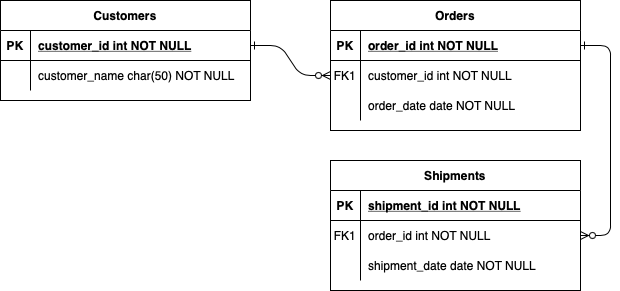
The draw.io diagram To-Do App Register ERD.png in imaneya/clush-todo-backend, before a commit. Source tidied: cells renumbered, new cells last; positions are measured from the earlier drawing's top-left corner, leaving out a move shared by most shapes. Its diagram source:
```xml
<mxGraphModel>
  <root>
    <mxCell id="0" />
    <mxCell id="1" parent="0" />
    <mxCell id="2" style="edgeStyle=entityRelationEdgeStyle;endArrow=ERzeroToMany;startArrow=ERone;endFill=1;startFill=0;" parent="1" edge="1" source="25" target="8">
      <mxGeometry relative="1" as="geometry" />
    </mxCell>
    <mxCell id="3" style="edgeStyle=entityRelationEdgeStyle;endArrow=ERzeroToMany;startArrow=ERone;endFill=1;startFill=0;" parent="1" edge="1" source="5" target="18">
      <mxGeometry relative="1" as="geometry" />
    </mxCell>
    <mxCell id="4" value="Orders" style="shape=table;startSize=30;rowLines=0;fontStyle=1;align=center;" parent="1" vertex="1">
      <mxGeometry x="330" width="250" height="130" as="geometry" />
    </mxCell>
    <mxCell id="5" style="shape=partialRectangle;fillColor=none;points=[[0,0.5],[1,0.5]];portConstraint=eastwest;top=0;left=0;right=0;bottom=1;" parent="4" vertex="1">
      <mxGeometry y="30" width="250" height="30" as="geometry" />
    </mxCell>
    <mxCell id="6" value="PK" style="shape=partialRectangle;overflow=hidden;fillColor=none;top=0;left=0;bottom=0;right=0;fontStyle=1;" parent="5" vertex="1">
      <mxGeometry width="30" height="30" as="geometry" />
    </mxCell>
    <mxCell id="7" value="order_id int NOT NULL " style="shape=partialRectangle;overflow=hidden;fillColor=none;top=0;left=0;bottom=0;right=0;align=left;spacingLeft=6;fontStyle=5;" parent="5" vertex="1">
      <mxGeometry x="30" width="220" height="30" as="geometry" />
    </mxCell>
    <mxCell id="8" style="shape=partialRectangle;fillColor=none;points=[[0,0.5],[1,0.5]];portConstraint=eastwest;top=0;left=0;right=0;bottom=0;" parent="4" vertex="1">
      <mxGeometry y="60" width="250" height="30" as="geometry" />
    </mxCell>
    <mxCell id="9" value="FK1" style="shape=partialRectangle;overflow=hidden;fillColor=none;top=0;left=0;bottom=0;right=0;" parent="8" vertex="1">
      <mxGeometry width="30" height="30" as="geometry" />
    </mxCell>
    <mxCell id="10" value="customer_id int NOT NULL" style="shape=partialRectangle;overflow=hidden;fillColor=none;top=0;left=0;bottom=0;right=0;align=left;spacingLeft=6;" parent="8" vertex="1">
      <mxGeometry x="30" width="220" height="30" as="geometry" />
    </mxCell>
    <mxCell id="11" style="shape=partialRectangle;fillColor=none;top=0;left=0;right=0;bottom=0;" parent="4" vertex="1">
      <mxGeometry y="90" width="250" height="30" as="geometry" />
    </mxCell>
    <mxCell id="12" style="shape=partialRectangle;overflow=hidden;fillColor=none;top=0;left=0;bottom=0;right=0;" parent="11" vertex="1">
      <mxGeometry width="30" height="30" as="geometry" />
    </mxCell>
    <mxCell id="13" value="order_date date NOT NULL" style="shape=partialRectangle;overflow=hidden;fillColor=none;top=0;left=0;bottom=0;right=0;align=left;spacingLeft=6;" parent="11" vertex="1">
      <mxGeometry x="30" width="220" height="30" as="geometry" />
    </mxCell>
    <mxCell id="14" value="Shipments" style="shape=table;startSize=30;rowLines=0;fontStyle=1;align=center;" parent="1" vertex="1">
      <mxGeometry x="330" y="160" width="250" height="130" as="geometry" />
    </mxCell>
    <mxCell id="15" style="shape=partialRectangle;fillColor=none;top=0;left=0;right=0;bottom=1;" parent="14" vertex="1">
      <mxGeometry y="30" width="250" height="30" as="geometry" />
    </mxCell>
    <mxCell id="16" value="PK" style="shape=partialRectangle;overflow=hidden;fillColor=none;top=0;left=0;bottom=0;right=0;fontStyle=1;" parent="15" vertex="1">
      <mxGeometry width="30" height="30" as="geometry" />
    </mxCell>
    <mxCell id="17" value="shipment_id int NOT NULL " style="shape=partialRectangle;overflow=hidden;fillColor=none;top=0;left=0;bottom=0;right=0;align=left;spacingLeft=6;fontStyle=5;" parent="15" vertex="1">
      <mxGeometry x="30" width="220" height="30" as="geometry" />
    </mxCell>
    <mxCell id="18" style="shape=partialRectangle;fillColor=none;points=[[0,0.5],[1,0.5]];portConstraint=eastwest;top=0;left=0;right=0;bottom=0;" parent="14" vertex="1">
      <mxGeometry y="60" width="250" height="30" as="geometry" />
    </mxCell>
    <mxCell id="19" value="FK1" style="shape=partialRectangle;overflow=hidden;fillColor=none;top=0;left=0;bottom=0;right=0;" parent="18" vertex="1">
      <mxGeometry width="30" height="30" as="geometry" />
    </mxCell>
    <mxCell id="20" value="order_id int NOT NULL" style="shape=partialRectangle;overflow=hidden;fillColor=none;top=0;left=0;bottom=0;right=0;align=left;spacingLeft=6;" parent="18" vertex="1">
      <mxGeometry x="30" width="220" height="30" as="geometry" />
    </mxCell>
    <mxCell id="21" style="shape=partialRectangle;fillColor=none;top=0;left=0;right=0;bottom=0;" parent="14" vertex="1">
      <mxGeometry y="90" width="250" height="30" as="geometry" />
    </mxCell>
    <mxCell id="22" style="shape=partialRectangle;overflow=hidden;fillColor=none;top=0;left=0;bottom=0;right=0;" parent="21" vertex="1">
      <mxGeometry width="30" height="30" as="geometry" />
    </mxCell>
    <mxCell id="23" value="shipment_date date NOT NULL" style="shape=partialRectangle;overflow=hidden;fillColor=none;top=0;left=0;bottom=0;right=0;align=left;spacingLeft=6;" parent="21" vertex="1">
      <mxGeometry x="30" width="220" height="30" as="geometry" />
    </mxCell>
    <mxCell id="24" value="Customers" style="shape=table;startSize=30;rowLines=0;fontStyle=1;align=center;" parent="1" vertex="1">
      <mxGeometry width="250" height="100" as="geometry" />
    </mxCell>
    <mxCell id="25" style="shape=partialRectangle;fillColor=none;points=[[0,0.5],[1,0.5]];portConstraint=eastwest;top=0;left=0;right=0;bottom=1;" parent="24" vertex="1">
      <mxGeometry y="30" width="250" height="30" as="geometry" />
    </mxCell>
    <mxCell id="26" value="PK" style="shape=partialRectangle;overflow=hidden;fillColor=none;top=0;left=0;bottom=0;right=0;fontStyle=1;" parent="25" vertex="1">
      <mxGeometry width="30" height="30" as="geometry" />
    </mxCell>
    <mxCell id="27" value="customer_id int NOT NULL " style="shape=partialRectangle;overflow=hidden;fillColor=none;top=0;left=0;bottom=0;right=0;align=left;spacingLeft=6;fontStyle=5;" parent="25" vertex="1">
      <mxGeometry x="30" width="220" height="30" as="geometry" />
    </mxCell>
    <mxCell id="28" style="shape=partialRectangle;fillColor=none;top=0;left=0;right=0;bottom=0;" parent="24" vertex="1">
      <mxGeometry y="60" width="250" height="30" as="geometry" />
    </mxCell>
    <mxCell id="29" style="shape=partialRectangle;overflow=hidden;fillColor=none;top=0;left=0;bottom=0;right=0;" parent="28" vertex="1">
      <mxGeometry width="30" height="30" as="geometry" />
    </mxCell>
    <mxCell id="30" value="customer_name char(50) NOT NULL" style="shape=partialRectangle;overflow=hidden;fillColor=none;top=0;left=0;bottom=0;right=0;align=left;spacingLeft=6;" parent="28" vertex="1">
      <mxGeometry x="30" width="220" height="30" as="geometry" />
    </mxCell>
  </root>
</mxGraphModel>
```
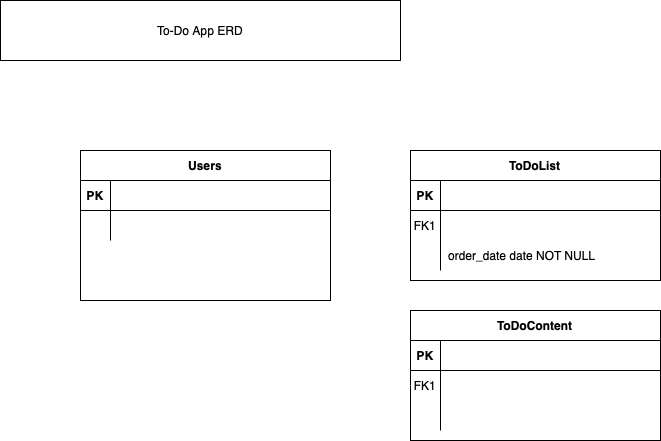
The same file after the commit.

Change to the diagram source:
```diff
@@ -2,22 +2,16 @@
   <root>
     <mxCell id="0" />
     <mxCell id="1" parent="0" />
-    <mxCell id="2" style="edgeStyle=entityRelationEdgeStyle;endArrow=ERzeroToMany;startArrow=ERone;endFill=1;startFill=0;" parent="1" edge="1" source="25" target="8">
-      <mxGeometry relative="1" as="geometry" />
-    </mxCell>
-    <mxCell id="3" style="edgeStyle=entityRelationEdgeStyle;endArrow=ERzeroToMany;startArrow=ERone;endFill=1;startFill=0;" parent="1" edge="1" source="5" target="18">
-      <mxGeometry relative="1" as="geometry" />
-    </mxCell>
-    <mxCell id="4" value="Orders" style="shape=table;startSize=30;rowLines=0;fontStyle=1;align=center;" parent="1" vertex="1">
+    <mxCell id="4" value="ToDoList" style="shape=table;startSize=30;rowLines=0;fontStyle=1;align=center;" parent="1" vertex="1">
       <mxGeometry x="330" width="250" height="130" as="geometry" />
     </mxCell>
-    <mxCell id="5" style="shape=partialRectangle;fillColor=none;points=[[0,0.5],[1,0.5]];portConstraint=eastwest;top=0;left=0;right=0;bottom=1;" parent="4" vertex="1">
+    <mxCell id="5" style="shape=partialRectangle;fillColor=none;points=[[0,0.5],[1,0.5]];portConstraint=eastwest;top=0;left=0;right=0;bottom=1;fontColor=#FFFFFF;" parent="4" vertex="1">
       <mxGeometry y="30" width="250" height="30" as="geometry" />
     </mxCell>
     <mxCell id="6" value="PK" style="shape=partialRectangle;overflow=hidden;fillColor=none;top=0;left=0;bottom=0;right=0;fontStyle=1;" parent="5" vertex="1">
       <mxGeometry width="30" height="30" as="geometry" />
     </mxCell>
-    <mxCell id="7" value="order_id int NOT NULL " style="shape=partialRectangle;overflow=hidden;fillColor=none;top=0;left=0;bottom=0;right=0;align=left;spacingLeft=6;fontStyle=5;" parent="5" vertex="1">
+    <mxCell id="7" value="idx int" style="shape=partialRectangle;overflow=hidden;fillColor=none;top=0;left=0;bottom=0;right=0;align=left;spacingLeft=6;fontStyle=5;fontColor=#FFFFFF;" parent="5" vertex="1">
       <mxGeometry x="30" width="220" height="30" as="geometry" />
     </mxCell>
     <mxCell id="8" style="shape=partialRectangle;fillColor=none;points=[[0,0.5],[1,0.5]];portConstraint=eastwest;top=0;left=0;right=0;bottom=0;" parent="4" vertex="1">
@@ -26,7 +20,7 @@
     <mxCell id="9" value="FK1" style="shape=partialRectangle;overflow=hidden;fillColor=none;top=0;left=0;bottom=0;right=0;" parent="8" vertex="1">
       <mxGeometry width="30" height="30" as="geometry" />
     </mxCell>
-    <mxCell id="10" value="customer_id int NOT NULL" style="shape=partialRectangle;overflow=hidden;fillColor=none;top=0;left=0;bottom=0;right=0;align=left;spacingLeft=6;" parent="8" vertex="1">
+    <mxCell id="10" value="Title varchar100 " style="shape=partialRectangle;overflow=hidden;fillColor=none;top=0;left=0;bottom=0;right=0;align=left;spacingLeft=6;fontColor=#FFFFFF;" parent="8" vertex="1">
       <mxGeometry x="30" width="220" height="30" as="geometry" />
     </mxCell>
     <mxCell id="11" style="shape=partialRectangle;fillColor=none;top=0;left=0;right=0;bottom=0;" parent="4" vertex="1">
@@ -38,7 +32,7 @@
     <mxCell id="13" value="order_date date NOT NULL" style="shape=partialRectangle;overflow=hidden;fillColor=none;top=0;left=0;bottom=0;right=0;align=left;spacingLeft=6;" parent="11" vertex="1">
       <mxGeometry x="30" width="220" height="30" as="geometry" />
     </mxCell>
-    <mxCell id="14" value="Shipments" style="shape=table;startSize=30;rowLines=0;fontStyle=1;align=center;" parent="1" vertex="1">
+    <mxCell id="14" value="ToDoContent" style="shape=table;startSize=30;rowLines=0;fontStyle=1;align=center;" parent="1" vertex="1">
       <mxGeometry x="330" y="160" width="250" height="130" as="geometry" />
     </mxCell>
     <mxCell id="15" style="shape=partialRectangle;fillColor=none;top=0;left=0;right=0;bottom=1;" parent="14" vertex="1">
@@ -47,7 +41,7 @@
     <mxCell id="16" value="PK" style="shape=partialRectangle;overflow=hidden;fillColor=none;top=0;left=0;bottom=0;right=0;fontStyle=1;" parent="15" vertex="1">
       <mxGeometry width="30" height="30" as="geometry" />
     </mxCell>
-    <mxCell id="17" value="shipment_id int NOT NULL " style="shape=partialRectangle;overflow=hidden;fillColor=none;top=0;left=0;bottom=0;right=0;align=left;spacingLeft=6;fontStyle=5;" parent="15" vertex="1">
+    <mxCell id="17" value="idx int" style="shape=partialRectangle;overflow=hidden;fillColor=none;top=0;left=0;bottom=0;right=0;align=left;spacingLeft=6;fontStyle=5;fontColor=#FFFFFF;" parent="15" vertex="1">
       <mxGeometry x="30" width="220" height="30" as="geometry" />
     </mxCell>
     <mxCell id="18" style="shape=partialRectangle;fillColor=none;points=[[0,0.5],[1,0.5]];portConstraint=eastwest;top=0;left=0;right=0;bottom=0;" parent="14" vertex="1">
@@ -56,7 +50,7 @@
     <mxCell id="19" value="FK1" style="shape=partialRectangle;overflow=hidden;fillColor=none;top=0;left=0;bottom=0;right=0;" parent="18" vertex="1">
       <mxGeometry width="30" height="30" as="geometry" />
     </mxCell>
-    <mxCell id="20" value="order_id int NOT NULL" style="shape=partialRectangle;overflow=hidden;fillColor=none;top=0;left=0;bottom=0;right=0;align=left;spacingLeft=6;" parent="18" vertex="1">
+    <mxCell id="20" value="listed int" style="shape=partialRectangle;overflow=hidden;fillColor=none;top=0;left=0;bottom=0;right=0;align=left;spacingLeft=6;fontColor=#FFFFFF;" parent="18" vertex="1">
       <mxGeometry x="30" width="220" height="30" as="geometry" />
     </mxCell>
     <mxCell id="21" style="shape=partialRectangle;fillColor=none;top=0;left=0;right=0;bottom=0;" parent="14" vertex="1">
@@ -65,11 +59,11 @@
     <mxCell id="22" style="shape=partialRectangle;overflow=hidden;fillColor=none;top=0;left=0;bottom=0;right=0;" parent="21" vertex="1">
       <mxGeometry width="30" height="30" as="geometry" />
     </mxCell>
-    <mxCell id="23" value="shipment_date date NOT NULL" style="shape=partialRectangle;overflow=hidden;fillColor=none;top=0;left=0;bottom=0;right=0;align=left;spacingLeft=6;" parent="21" vertex="1">
+    <mxCell id="23" value="context varchar255" style="shape=partialRectangle;overflow=hidden;fillColor=none;top=0;left=0;bottom=0;right=0;align=left;spacingLeft=6;fontColor=#FFFFFF;" parent="21" vertex="1">
       <mxGeometry x="30" width="220" height="30" as="geometry" />
     </mxCell>
-    <mxCell id="24" value="Customers" style="shape=table;startSize=30;rowLines=0;fontStyle=1;align=center;" parent="1" vertex="1">
-      <mxGeometry width="250" height="100" as="geometry" />
+    <mxCell id="24" value="Users" style="shape=table;startSize=30;rowLines=0;fontStyle=1;align=center;" parent="1" vertex="1">
+      <mxGeometry width="250" height="150" as="geometry" />
     </mxCell>
     <mxCell id="25" style="shape=partialRectangle;fillColor=none;points=[[0,0.5],[1,0.5]];portConstraint=eastwest;top=0;left=0;right=0;bottom=1;" parent="24" vertex="1">
       <mxGeometry y="30" width="250" height="30" as="geometry" />
@@ -77,7 +71,7 @@
     <mxCell id="26" value="PK" style="shape=partialRectangle;overflow=hidden;fillColor=none;top=0;left=0;bottom=0;right=0;fontStyle=1;" parent="25" vertex="1">
       <mxGeometry width="30" height="30" as="geometry" />
     </mxCell>
-    <mxCell id="27" value="customer_id int NOT NULL " style="shape=partialRectangle;overflow=hidden;fillColor=none;top=0;left=0;bottom=0;right=0;align=left;spacingLeft=6;fontStyle=5;" parent="25" vertex="1">
+    <mxCell id="27" value="idx int" style="shape=partialRectangle;overflow=hidden;fillColor=none;top=0;left=0;bottom=0;right=0;align=left;spacingLeft=6;fontStyle=5;fontColor=#FFFFFF;" parent="25" vertex="1">
       <mxGeometry x="30" width="220" height="30" as="geometry" />
     </mxCell>
     <mxCell id="28" style="shape=partialRectangle;fillColor=none;top=0;left=0;right=0;bottom=0;" parent="24" vertex="1">
@@ -86,8 +80,25 @@
     <mxCell id="29" style="shape=partialRectangle;overflow=hidden;fillColor=none;top=0;left=0;bottom=0;right=0;" parent="28" vertex="1">
       <mxGeometry width="30" height="30" as="geometry" />
     </mxCell>
-    <mxCell id="30" value="customer_name char(50) NOT NULL" style="shape=partialRectangle;overflow=hidden;fillColor=none;top=0;left=0;bottom=0;right=0;align=left;spacingLeft=6;" parent="28" vertex="1">
+    <mxCell id="30" value="userid varchar20" style="shape=partialRectangle;overflow=hidden;fillColor=none;top=0;left=0;bottom=0;right=0;align=left;spacingLeft=6;fontColor=#FFFFFF;" parent="28" vertex="1">
       <mxGeometry x="30" width="220" height="30" as="geometry" />
     </mxCell>
+    <mxCell id="31" style="shape=partialRectangle;overflow=hidden;fillColor=none;top=0;left=0;bottom=0;right=0;" parent="1" vertex="1">
+      <mxGeometry y="90" width="30" height="30" as="geometry" />
+    </mxCell>
+    <mxCell id="32" value="userpw varchar255" style="shape=partialRectangle;overflow=hidden;fillColor=none;top=0;left=0;bottom=0;right=0;align=left;spacingLeft=6;fontColor=#FFFFFF;" parent="1" vertex="1">
+      <mxGeometry x="30" y="90" width="220" height="30" as="geometry" />
+    </mxCell>
+    <mxCell id="33" style="curved=1;endArrow=classic;html=1;rounded=0;entryX=0;entryY=0.5;entryDx=0;entryDy=0;exitX=0;exitY=0.5;exitDx=0;exitDy=0;strokeColor=#FFFFFF;" parent="1" edge="1" source="18" target="5">
+      <mxGeometry relative="1" as="geometry">
+        <Array as="points">
+          <mxPoint x="290" y="240" />
+          <mxPoint x="290" y="45" />
+        </Array>
+      </mxGeometry>
+    </mxCell>
+    <mxCell id="34" value="To-Do App ERD" style="rounded=0;whiteSpace=wrap;html=1;" parent="1" vertex="1">
+      <mxGeometry x="-80" y="-150" width="400" height="60" as="geometry" />
+    </mxCell>
   </root>
 </mxGraphModel>
```
